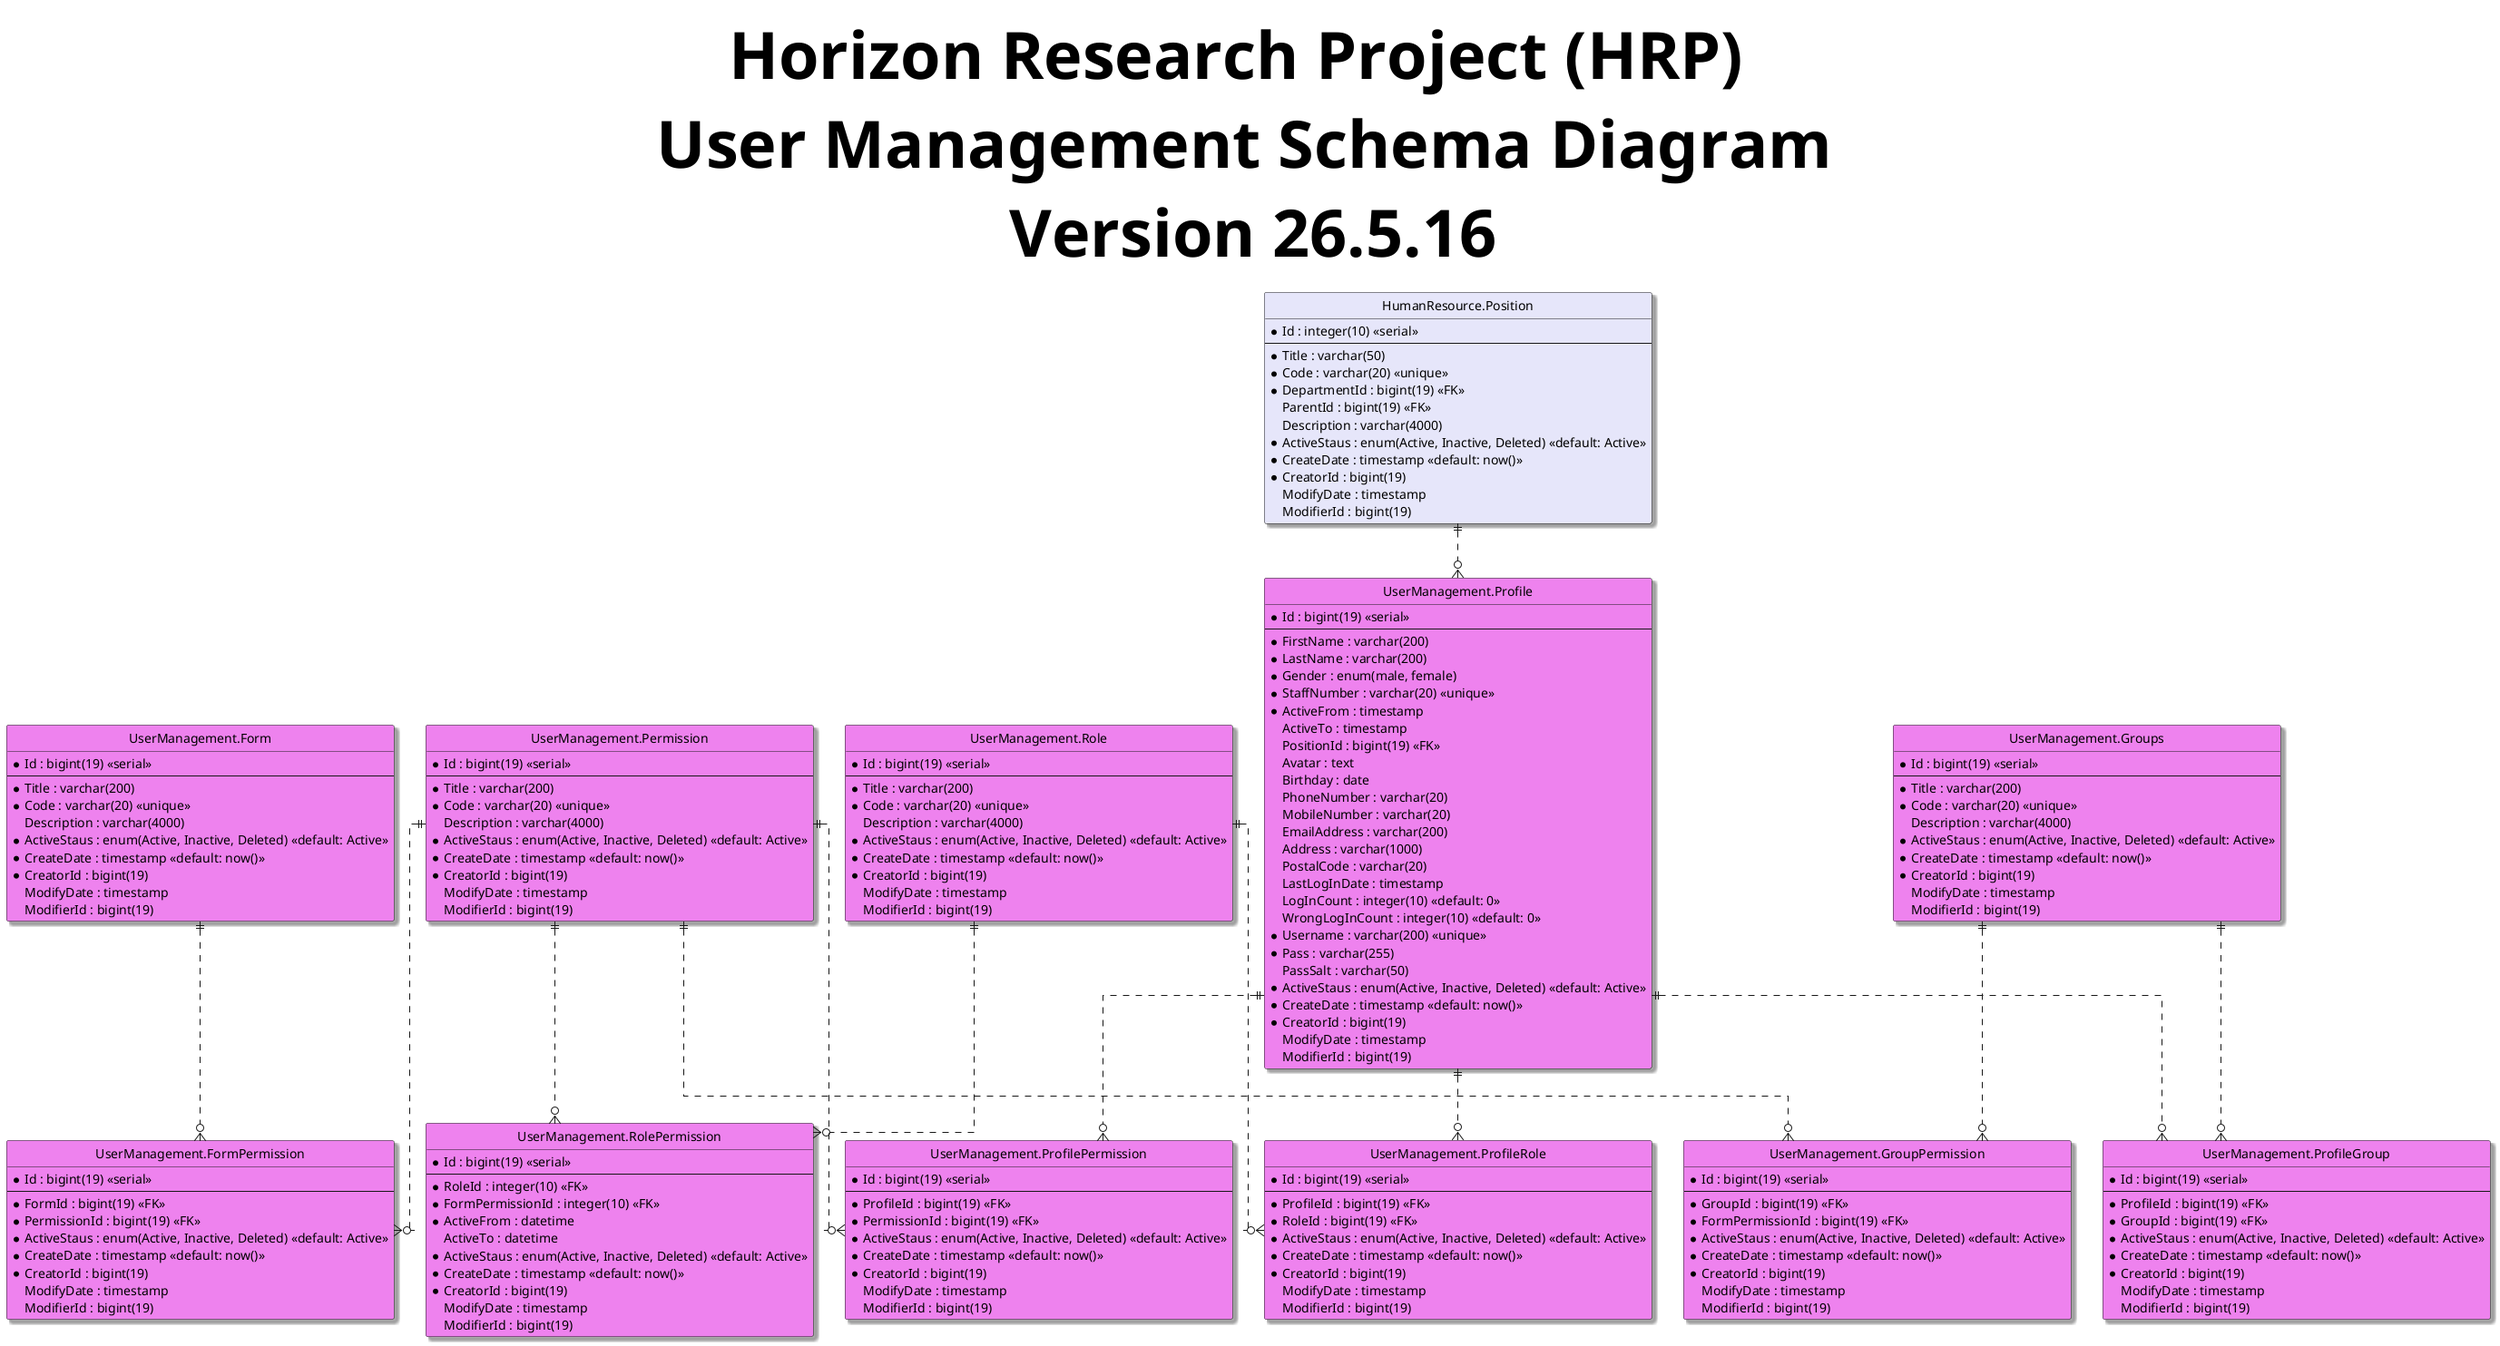
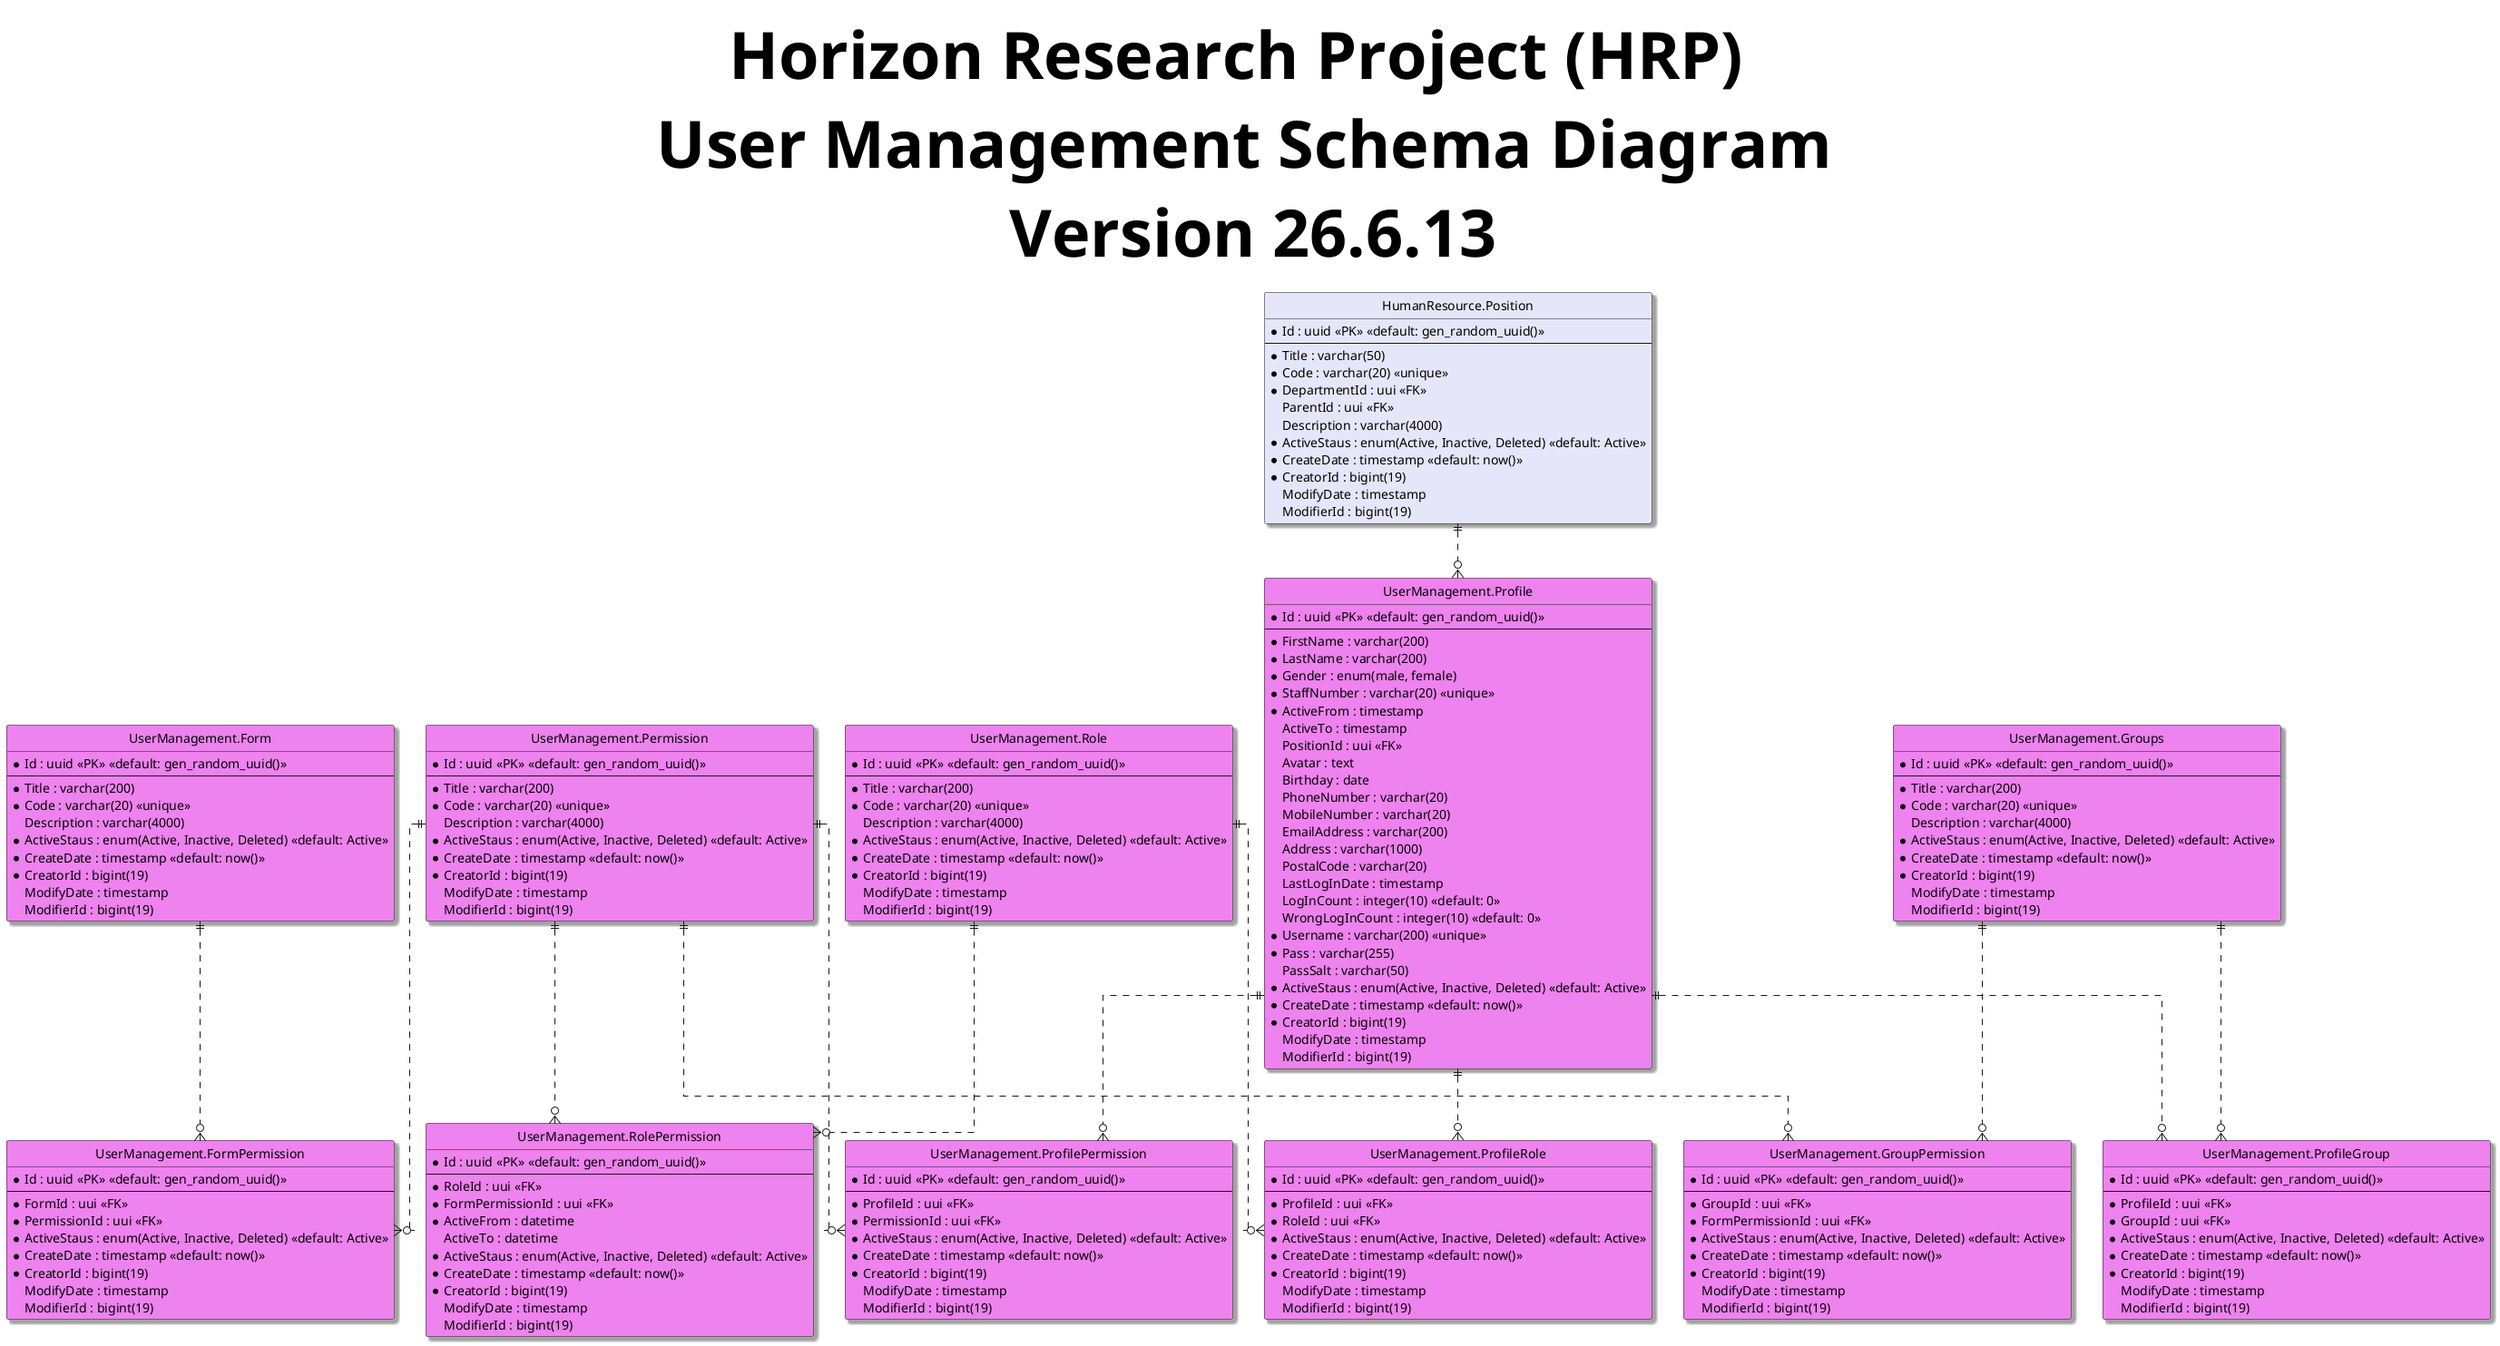
@startuml
hide circle
skinparam classBackgroundColor #Business
skinparam linetype ortho
skinparam Shadowing True
skinparam TitleFontSize 72pt

- title Horizon Research Project (HRP) \n User Management Schema Diagram \n Version 26.5.16
+ title Horizon Research Project (HRP) \n User Management Schema Diagram \n Version 26.6.13

entity "HumanResource.Position" as position #Lavender{
-   *Id : integer(10) <<serial>>
+   *Id : uuid <<PK>> <<default: gen_random_uuid()>>
  --
  *Title : varchar(50)
  *Code : varchar(20) <<unique>>
-   *DepartmentId : bigint(19) <<FK>>
-   ParentId : bigint(19) <<FK>>
+   *DepartmentId : uui <<FK>>
+   ParentId : uui <<FK>>
  Description : varchar(4000)
  *ActiveStaus : enum(Active, Inactive, Deleted) <<default: Active>>
  *CreateDate : timestamp <<default: now()>>
  *CreatorId : bigint(19)
  ModifyDate : timestamp
  ModifierId : bigint(19)
}

entity "UserManagement.Role" as role #Violet{
-   *Id : bigint(19) <<serial>>
+   *Id : uuid <<PK>> <<default: gen_random_uuid()>>
  --
  *Title : varchar(200)
  *Code : varchar(20) <<unique>>
  Description : varchar(4000)
  *ActiveStaus : enum(Active, Inactive, Deleted) <<default: Active>>
  *CreateDate : timestamp <<default: now()>>
  *CreatorId : bigint(19)
  ModifyDate : timestamp
  ModifierId : bigint(19)
}

entity "UserManagement.Groups" as groups #Violet{
-   *Id : bigint(19) <<serial>>
+   *Id : uuid <<PK>> <<default: gen_random_uuid()>>
  --
  *Title : varchar(200)
  *Code : varchar(20) <<unique>>
  Description : varchar(4000)
  *ActiveStaus : enum(Active, Inactive, Deleted) <<default: Active>>
  *CreateDate : timestamp <<default: now()>>
  *CreatorId : bigint(19)
  ModifyDate : timestamp
  ModifierId : bigint(19)
}

entity "UserManagement.Permission" as permission #Violet{
-   *Id : bigint(19) <<serial>>
+   *Id : uuid <<PK>> <<default: gen_random_uuid()>>
  --
  *Title : varchar(200)
  *Code : varchar(20) <<unique>>
  Description : varchar(4000)
  *ActiveStaus : enum(Active, Inactive, Deleted) <<default: Active>>
  *CreateDate : timestamp <<default: now()>>
  *CreatorId : bigint(19)
  ModifyDate : timestamp
  ModifierId : bigint(19)
}

entity "UserManagement.Form" as form #Violet{
-   *Id : bigint(19) <<serial>>
+   *Id : uuid <<PK>> <<default: gen_random_uuid()>>
  --
  *Title : varchar(200)
  *Code : varchar(20) <<unique>>
  Description : varchar(4000)
  *ActiveStaus : enum(Active, Inactive, Deleted) <<default: Active>>
  *CreateDate : timestamp <<default: now()>>
  *CreatorId : bigint(19)
  ModifyDate : timestamp
  ModifierId : bigint(19)
}

entity "UserManagement.FormPermission" as formPermission #Violet{
-   *Id : bigint(19) <<serial>>
+   *Id : uuid <<PK>> <<default: gen_random_uuid()>>
  --
-   *FormId : bigint(19) <<FK>>
-   *PermissionId : bigint(19) <<FK>>
+   *FormId : uui <<FK>>
+   *PermissionId : uui <<FK>>
  *ActiveStaus : enum(Active, Inactive, Deleted) <<default: Active>>
  *CreateDate : timestamp <<default: now()>>
  *CreatorId : bigint(19)
  ModifyDate : timestamp
  ModifierId : bigint(19)
}

entity "UserManagement.RolePermission" as rolePermission #Violet{
-   *Id : bigint(19) <<serial>>
+   *Id : uuid <<PK>> <<default: gen_random_uuid()>>
  --
-   *RoleId : integer(10) <<FK>>
-   *FormPermissionId : integer(10) <<FK>>
+   *RoleId : uui <<FK>>
+   *FormPermissionId : uui <<FK>>
  *ActiveFrom : datetime
  ActiveTo : datetime
  *ActiveStaus : enum(Active, Inactive, Deleted) <<default: Active>>
  *CreateDate : timestamp <<default: now()>>
  *CreatorId : bigint(19)
  ModifyDate : timestamp
  ModifierId : bigint(19)
}

entity "UserManagement.GroupPermission" as groupPermission #Violet{
-   *Id : bigint(19) <<serial>>
+   *Id : uuid <<PK>> <<default: gen_random_uuid()>>
  --
-   *GroupId : bigint(19) <<FK>>
-   *FormPermissionId : bigint(19) <<FK>>
+   *GroupId : uui <<FK>>
+   *FormPermissionId : uui <<FK>>
  *ActiveStaus : enum(Active, Inactive, Deleted) <<default: Active>>
  *CreateDate : timestamp <<default: now()>>
  *CreatorId : bigint(19)
  ModifyDate : timestamp
  ModifierId : bigint(19)
}

entity "UserManagement.ProfilePermission" as profilePermission #Violet{
-   *Id : bigint(19) <<serial>>
+   *Id : uuid <<PK>> <<default: gen_random_uuid()>>
  --
-   *ProfileId : bigint(19) <<FK>>
-   *PermissionId : bigint(19) <<FK>>
+   *ProfileId : uui <<FK>>
+   *PermissionId : uui <<FK>>
  *ActiveStaus : enum(Active, Inactive, Deleted) <<default: Active>>
  *CreateDate : timestamp <<default: now()>>
  *CreatorId : bigint(19)
  ModifyDate : timestamp
  ModifierId : bigint(19)
}

entity "UserManagement.Profile" as profile #Violet{
-   *Id : bigint(19) <<serial>>
+   *Id : uuid <<PK>> <<default: gen_random_uuid()>>
  --
  *FirstName : varchar(200)
  *LastName : varchar(200)
  *Gender : enum(male, female)
  *StaffNumber : varchar(20) <<unique>>
  *ActiveFrom : timestamp
  ActiveTo : timestamp
-   PositionId : bigint(19) <<FK>>
+   PositionId : uui <<FK>>
  Avatar : text
  Birthday : date
  PhoneNumber : varchar(20)
  MobileNumber : varchar(20)
  EmailAddress : varchar(200)
  Address : varchar(1000)
  PostalCode : varchar(20)
  LastLogInDate : timestamp
  LogInCount : integer(10) <<default: 0>>
  WrongLogInCount : integer(10) <<default: 0>>
  *Username : varchar(200) <<unique>>
  *Pass : varchar(255)
  PassSalt : varchar(50)
  *ActiveStaus : enum(Active, Inactive, Deleted) <<default: Active>>
  *CreateDate : timestamp <<default: now()>>
  *CreatorId : bigint(19)
  ModifyDate : timestamp
  ModifierId : bigint(19)
}

entity "UserManagement.ProfileRole" as profileRole #Violet{
-   *Id : bigint(19) <<serial>>
+   *Id : uuid <<PK>> <<default: gen_random_uuid()>>
  --
-   *ProfileId : bigint(19) <<FK>>
-   *RoleId : bigint(19) <<FK>>
+   *ProfileId : uui <<FK>>
+   *RoleId : uui <<FK>>
  *ActiveStaus : enum(Active, Inactive, Deleted) <<default: Active>>
  *CreateDate : timestamp <<default: now()>>
  *CreatorId : bigint(19)
  ModifyDate : timestamp
  ModifierId : bigint(19)
}

entity "UserManagement.ProfileGroup" as profileGroup #Violet{
-   *Id : bigint(19) <<serial>>
+   *Id : uuid <<PK>> <<default: gen_random_uuid()>>
  --
-   *ProfileId : bigint(19) <<FK>>
-   *GroupId : bigint(19) <<FK>>
+   *ProfileId : uui <<FK>>
+   *GroupId : uui <<FK>>
  *ActiveStaus : enum(Active, Inactive, Deleted) <<default: Active>>
  *CreateDate : timestamp <<default: now()>>
  *CreatorId : bigint(19)
  ModifyDate : timestamp
  ModifierId : bigint(19)
}

form ||..o{ formPermission
permission ||..o{ formPermission
role ||..o{ rolePermission
permission ||..o{ rolePermission
groups ||..o{ groupPermission
permission ||..o{ groupPermission
profile ||..o{ profilePermission
permission ||..o{ profilePermission
profile ||..o{ profileRole
role ||..o{ profileRole
profile ||..o{ profileGroup
groups ||..o{ profileGroup
position ||..o{ profile

@enduml